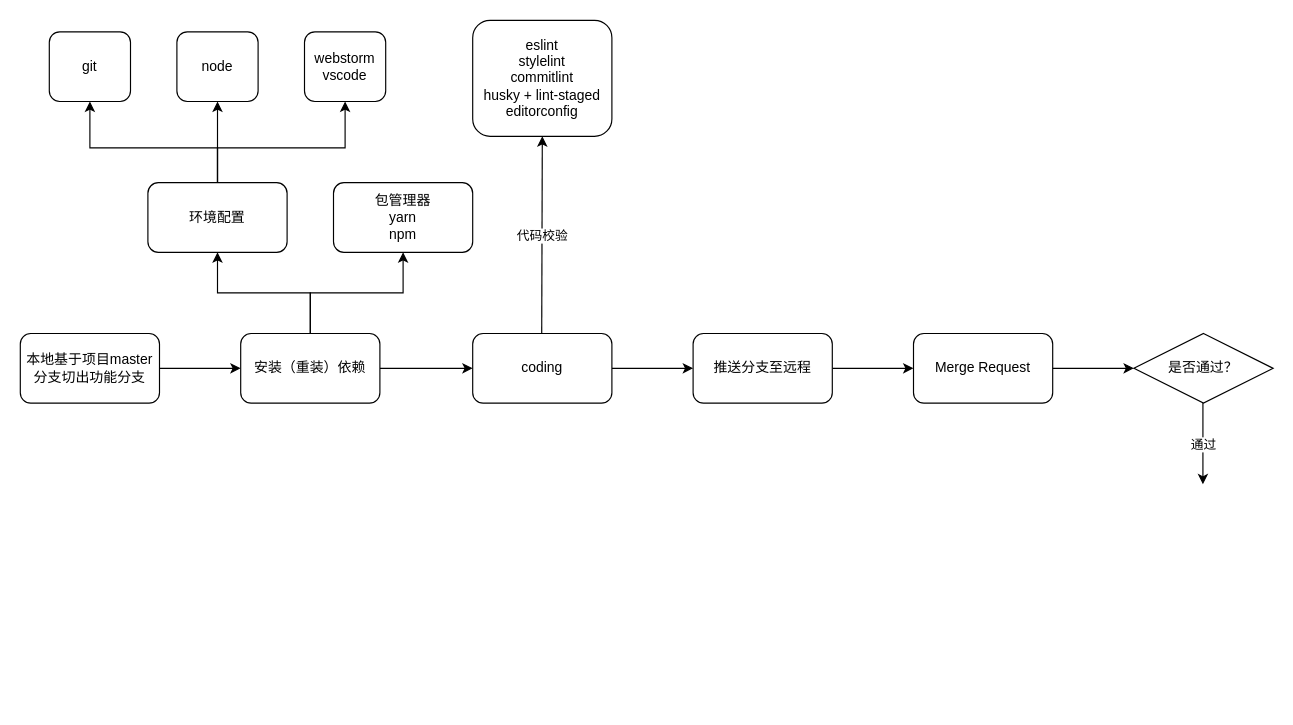
The draw.io diagram src/Untitled Diagram.drawio in hgchong/vue-ts, before the edit. Source tidied: cells renumbered, new cells numbered last; positions are measured from the earlier drawing's top-left corner, leaving out a move shared by most shapes. Both pictures are drawn from the tidied source at 116%, with x=0, y=0 at pixel (20, 20).
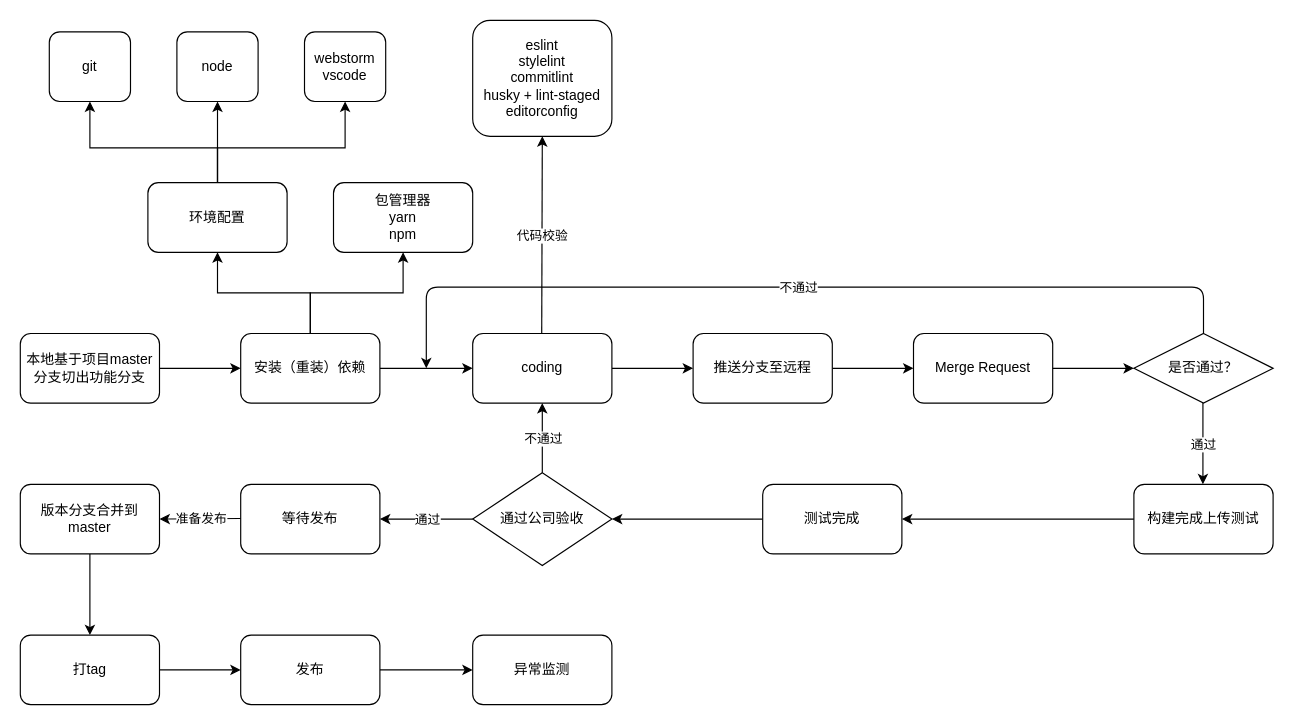
The same diagram, later.

The change refers to these unchanged cells:
```xml
<mxCell id="17" value="coding" style="rounded=1;whiteSpace=wrap;html=1;" parent="1" vertex="1">
  <mxGeometry x="390" y="270" width="120" height="60" as="geometry" />
</mxCell>
<mxCell id="24" value="是否通过？" style="shape=rhombus;perimeter=rhombusPerimeter;whiteSpace=wrap;html=1;align=center;" parent="1" vertex="1">
  <mxGeometry x="960" y="270" width="120" height="60" as="geometry" />
</mxCell>
```

What changed in the source:
```diff
@@
+    <mxCell id="28" style="edgeStyle=orthogonalEdgeStyle;rounded=0;jettySize=auto;html=1;" parent="1" edge="1" source="31" target="30">
+      <mxGeometry relative="1" as="geometry" />
+    </mxCell>
+    <mxCell id="29" value="构建完成上传测试" style="rounded=1;whiteSpace=wrap;html=1;" parent="1" vertex="1">
+      <mxGeometry x="960" y="400" width="120" height="60" as="geometry" />
+    </mxCell>
+    <mxCell id="30" value="通过公司验收" style="rhombus;whiteSpace=wrap;html=1;" parent="1" vertex="1">
+      <mxGeometry x="390" y="390" width="120" height="80" as="geometry" />
+    </mxCell>
+    <mxCell id="31" value="测试完成" style="rounded=1;whiteSpace=wrap;html=1;" parent="1" vertex="1">
+      <mxGeometry x="640" y="400" width="120" height="60" as="geometry" />
+    </mxCell>
+    <mxCell id="32" style="edgeStyle=orthogonalEdgeStyle;rounded=0;jettySize=auto;html=1;" parent="1" edge="1" source="29" target="31">
+      <mxGeometry relative="1" as="geometry" />
+    </mxCell>
+    <mxCell id="33" style="endArrow=classic;html=1;entryX=0.5;entryY=1;entryDx=0;entryDy=0;" parent="1" edge="1" target="17">
+      <mxGeometry relative="1" as="geometry">
+        <mxPoint x="450" y="390" as="sourcePoint" />
+      </mxGeometry>
+    </mxCell>
+    <mxCell id="34" value="不通过" style="edgeLabel;html=1;align=center;verticalAlign=middle;" parent="33" vertex="1">
+      <mxGeometry relative="1" as="geometry" />
+    </mxCell>
+    <mxCell id="35" value="等待发布" style="rounded=1;whiteSpace=wrap;html=1;" parent="1" vertex="1">
+      <mxGeometry x="190" y="400" width="120" height="60" as="geometry" />
+    </mxCell>
+    <mxCell id="36" style="endArrow=classic;html=1;entryX=1;entryY=0.5;entryDx=0;entryDy=0;" parent="1" edge="1" target="35">
+      <mxGeometry relative="1" as="geometry">
+        <mxPoint x="390" y="430" as="sourcePoint" />
+      </mxGeometry>
+    </mxCell>
+    <mxCell id="37" value="通过" style="edgeLabel;html=1;align=center;verticalAlign=middle;" parent="36" vertex="1">
+      <mxGeometry relative="1" as="geometry" />
+    </mxCell>
+    <mxCell id="38" style="edgeStyle=orthogonalEdgeStyle;rounded=0;jettySize=auto;html=1;" parent="1" edge="1" source="39" target="43">
+      <mxGeometry relative="1" as="geometry" />
+    </mxCell>
+    <mxCell id="39" value="版本分支合并到master" style="rounded=1;whiteSpace=wrap;html=1;" parent="1" vertex="1">
+      <mxGeometry y="400" width="120" height="60" as="geometry" />
+    </mxCell>
+    <mxCell id="40" style="endArrow=classic;html=1;entryX=1;entryY=0.5;entryDx=0;entryDy=0;" parent="1" edge="1" target="39">
+      <mxGeometry relative="1" as="geometry">
+        <mxPoint x="190" y="429.5" as="sourcePoint" />
+      </mxGeometry>
+    </mxCell>
+    <mxCell id="41" value="准备发布" style="edgeLabel;html=1;align=center;verticalAlign=middle;" parent="40" vertex="1">
+      <mxGeometry relative="1" as="geometry" />
+    </mxCell>
+    <mxCell id="42" style="edgeStyle=orthogonalEdgeStyle;rounded=0;jettySize=auto;html=1;" parent="1" edge="1" source="43" target="45">
+      <mxGeometry relative="1" as="geometry" />
+    </mxCell>
+    <mxCell id="43" value="打tag" style="rounded=1;whiteSpace=wrap;html=1;" parent="1" vertex="1">
+      <mxGeometry y="530" width="120" height="60" as="geometry" />
+    </mxCell>
+    <mxCell id="44" style="edgeStyle=orthogonalEdgeStyle;rounded=0;jettySize=auto;html=1;" parent="1" edge="1" source="45" target="46">
+      <mxGeometry relative="1" as="geometry" />
+    </mxCell>
+    <mxCell id="45" value="发布" style="rounded=1;whiteSpace=wrap;html=1;" parent="1" vertex="1">
+      <mxGeometry x="190" y="530" width="120" height="60" as="geometry" />
+    </mxCell>
+    <mxCell id="46" value="异常监测" style="rounded=1;whiteSpace=wrap;html=1;" parent="1" vertex="1">
+      <mxGeometry x="390" y="530" width="120" height="60" as="geometry" />
+    </mxCell>
+    <mxCell id="47" style="endArrow=classic;html=1;edgeStyle=orthogonalEdgeStyle;entryX=0.5;entryY=0;entryDx=0;entryDy=0;exitX=0.5;exitY=0;exitDx=0;exitDy=0;" parent="1" edge="1" source="24">
+      <mxGeometry relative="1" as="geometry">
+        <mxPoint x="350" y="300" as="targetPoint" />
+        <Array as="points">
+          <mxPoint x="1020" y="230" />
+          <mxPoint x="350" y="230" />
+        </Array>
+      </mxGeometry>
+    </mxCell>
+    <mxCell id="48" value="不通过" style="edgeLabel;html=1;align=center;verticalAlign=middle;" parent="47" vertex="1">
+      <mxGeometry relative="1" as="geometry" />
+    </mxCell>
```
